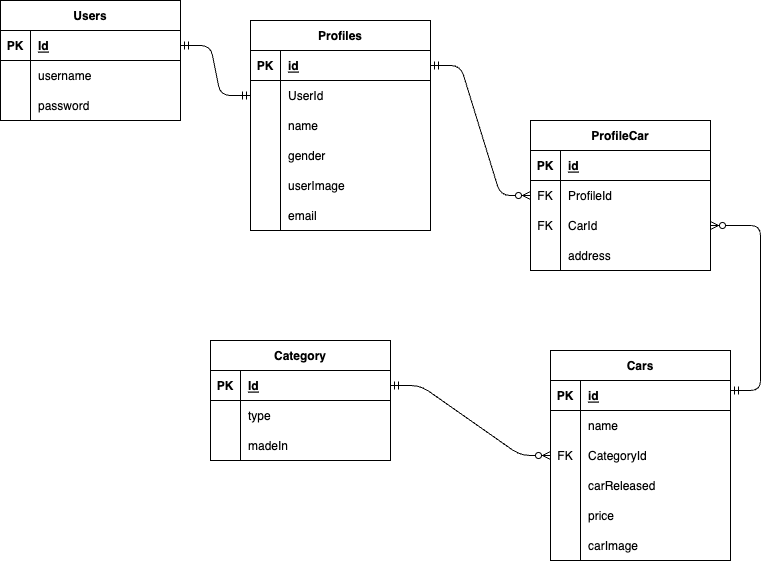
Above: schema.drawio.png in galihadityam1/pairProject (draw.io), before the change. Source tidied: cells renumbered, new cells last; positions are measured from the earlier drawing's top-left corner, leaving out a move shared by most shapes.
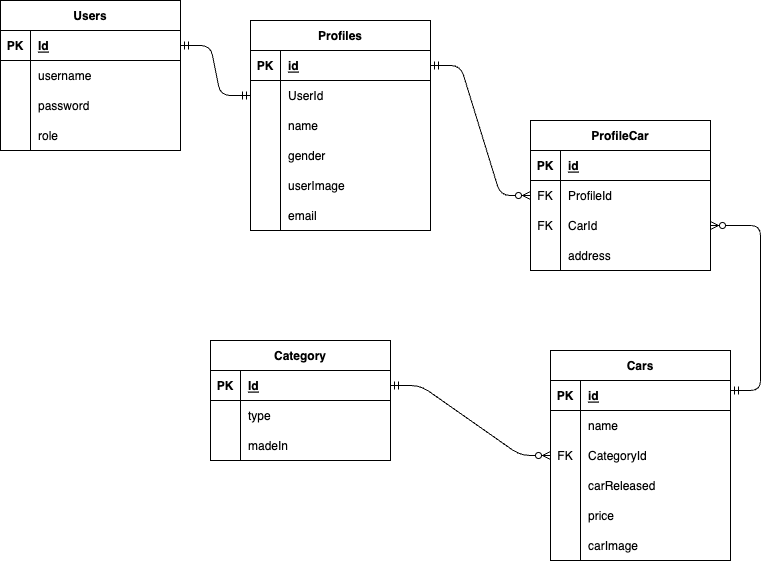
After the change.

What changed in the source:
```diff
@@ -164,7 +164,7 @@
       <mxGeometry x="30" width="150" height="30" as="geometry" />
     </mxCell>
     <mxCell id="55" value="Users" style="shape=table;startSize=30;rowLines=0;fontStyle=1;align=center;" parent="1" vertex="1">
-      <mxGeometry width="180" height="120" as="geometry" />
+      <mxGeometry width="180" height="150" as="geometry" />
     </mxCell>
     <mxCell id="56" style="shape=tableRow;horizontal=0;startSize=0;swimlaneHead=0;swimlaneBody=0;fillColor=none;points=[[0,0.5],[1,0.5]];portConstraint=eastwest;top=0;left=0;right=0;bottom=1;" parent="55" vertex="1">
       <mxGeometry y="30" width="180" height="30" as="geometry" />
@@ -193,6 +193,15 @@
     <mxCell id="64" value="password" style="shape=partialRectangle;fillColor=none;top=0;left=0;bottom=0;right=0;align=left;spacingLeft=6;overflow=hidden;" parent="62" vertex="1">
       <mxGeometry x="30" width="150" height="30" as="geometry" />
     </mxCell>
+    <mxCell id="77" style="shape=tableRow;horizontal=0;startSize=0;swimlaneHead=0;swimlaneBody=0;fillColor=none;top=0;left=0;right=0;bottom=0;" parent="55" vertex="1">
+      <mxGeometry y="120" width="180" height="30" as="geometry" />
+    </mxCell>
+    <mxCell id="78" style="shape=partialRectangle;fillColor=none;top=0;left=0;bottom=0;right=0;overflow=hidden;" parent="77" vertex="1">
+      <mxGeometry width="30" height="30" as="geometry" />
+    </mxCell>
+    <mxCell id="79" value="role" style="shape=partialRectangle;fillColor=none;top=0;left=0;bottom=0;right=0;align=left;spacingLeft=6;overflow=hidden;" parent="77" vertex="1">
+      <mxGeometry x="30" width="150" height="30" as="geometry" />
+    </mxCell>
     <mxCell id="65" style="edgeStyle=entityRelationEdgeStyle;fontSize=12;html=1;endArrow=ERmandOne;startArrow=ERmandOne;entryX=0;entryY=0.5;entryDx=0;entryDy=0;exitX=1;exitY=0.5;exitDx=0;exitDy=0;" parent="1" edge="1" source="56" target="6">
       <mxGeometry relative="1" as="geometry" />
     </mxCell>
```
